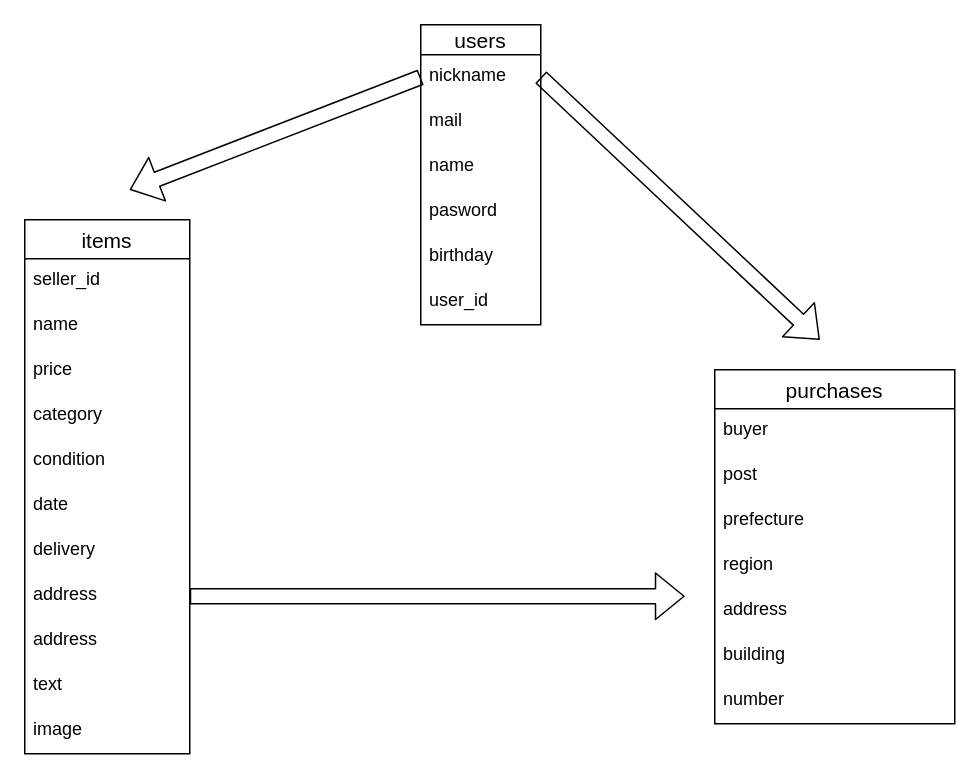
This is a.dio from Haine15tot/furima-39498, a draw.io file, before an edit. Source tidied: cells renumbered, new cells numbered last; positions are measured from the earlier drawing's top-left corner, leaving out a move shared by most shapes. Both pictures are drawn from the tidied source at 150%, with x=0, y=0 at pixel (24, 24).
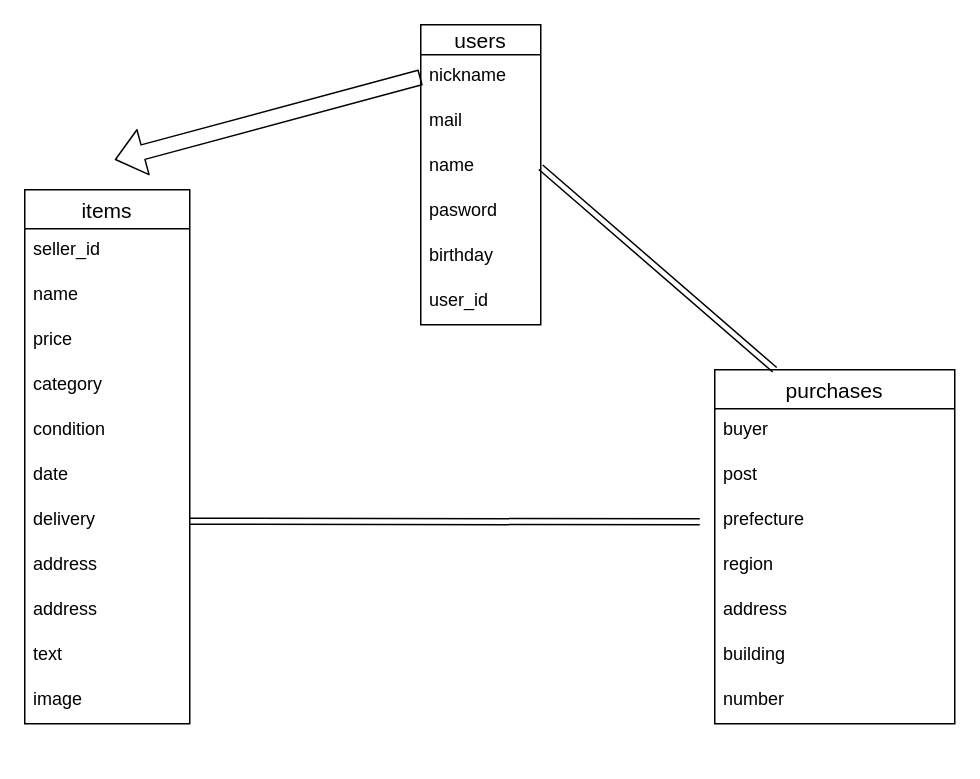
The same diagram, later.

The change refers to these unchanged cells:
```xml
<mxCell id="3" value="nickname" style="text;strokeColor=none;fillColor=none;spacingLeft=4;spacingRight=4;overflow=hidden;points=[[0,0.5],[1,0.5]];portConstraint=eastwest;fontSize=12;" parent="2" vertex="1">
  <mxGeometry y="20" width="80" height="30" as="geometry" />
</mxCell>
<mxCell id="5" value="name" style="text;strokeColor=none;fillColor=none;spacingLeft=4;spacingRight=4;overflow=hidden;points=[[0,0.5],[1,0.5]];portConstraint=eastwest;fontSize=12;" parent="2" vertex="1">
  <mxGeometry y="80" width="80" height="30" as="geometry" />
</mxCell>
<mxCell id="16" value="delivery" style="text;strokeColor=none;fillColor=none;spacingLeft=4;spacingRight=4;overflow=hidden;points=[[0,0.5],[1,0.5]];portConstraint=eastwest;fontSize=12;" parent="9" vertex="1">
  <mxGeometry y="206" width="110" height="30" as="geometry" />
</mxCell>
<mxCell id="17" value="address" style="text;strokeColor=none;fillColor=none;spacingLeft=4;spacingRight=4;overflow=hidden;points=[[0,0.5],[1,0.5]];portConstraint=eastwest;fontSize=12;" parent="9" vertex="1">
  <mxGeometry y="236" width="110" height="30" as="geometry" />
</mxCell>
<mxCell id="21" value="purchases" style="swimlane;fontStyle=0;horizontal=1;startSize=26;align=center;fontSize=14;" parent="1" vertex="1">
  <mxGeometry x="460" y="230" width="160" height="236" as="geometry" />
</mxCell>
```

What changed in the source:
```diff
@@
     <mxCell id="9" value="items" style="swimlane;fontStyle=0;horizontal=1;startSize=26;align=center;fontSize=14;" parent="1" vertex="1">
-      <mxGeometry y="130" width="110" height="356" as="geometry" />
+      <mxGeometry y="110" width="110" height="356" as="geometry" />
     </mxCell>
@@
-    <mxCell id="29" style="edgeStyle=none;shape=flexArrow;html=1;exitX=1;exitY=0.5;exitDx=0;exitDy=0;endArrow=classicThin;endFill=1;" parent="1" edge="1" source="3">
-      <mxGeometry relative="1" as="geometry">
-        <mxPoint x="530" y="210" as="targetPoint" />
-      </mxGeometry>
-    </mxCell>
-    <mxCell id="30" style="edgeStyle=none;shape=flexArrow;html=1;exitX=0;exitY=0.5;exitDx=0;exitDy=0;endArrow=classicThin;endFill=1;" parent="1" edge="1" source="3">
-      <mxGeometry relative="1" as="geometry">
-        <mxPoint x="70" y="110" as="targetPoint" />
-      </mxGeometry>
-    </mxCell>
-    <mxCell id="31" style="edgeStyle=none;shape=flexArrow;html=1;endArrow=classicThin;endFill=1;" parent="1" edge="1" source="17">
-      <mxGeometry relative="1" as="geometry">
-        <mxPoint x="440" y="381" as="targetPoint" />
-      </mxGeometry>
-    </mxCell>
+    <mxCell id="32" style="edgeStyle=none;shape=flexArrow;html=1;exitX=0;exitY=0.5;exitDx=0;exitDy=0;endArrow=classicThin;endFill=1;" parent="1" edge="1" source="3">
+      <mxGeometry relative="1" as="geometry">
+        <mxPoint x="60" y="90" as="targetPoint" />
+      </mxGeometry>
+    </mxCell>
+    <mxCell id="33" style="edgeStyle=none;shape=link;html=1;exitX=1;exitY=0.5;exitDx=0;exitDy=0;endArrow=classicThin;endFill=1;" parent="1" edge="1" source="16">
+      <mxGeometry relative="1" as="geometry">
+        <mxPoint x="450" y="331.4" as="targetPoint" />
+      </mxGeometry>
+    </mxCell>
+    <mxCell id="34" style="edgeStyle=none;shape=link;html=1;exitX=1;exitY=0.5;exitDx=0;exitDy=0;entryX=0.25;entryY=0;entryDx=0;entryDy=0;endArrow=classicThin;endFill=1;" parent="1" edge="1" source="5" target="21">
+      <mxGeometry relative="1" as="geometry" />
+    </mxCell>
```
